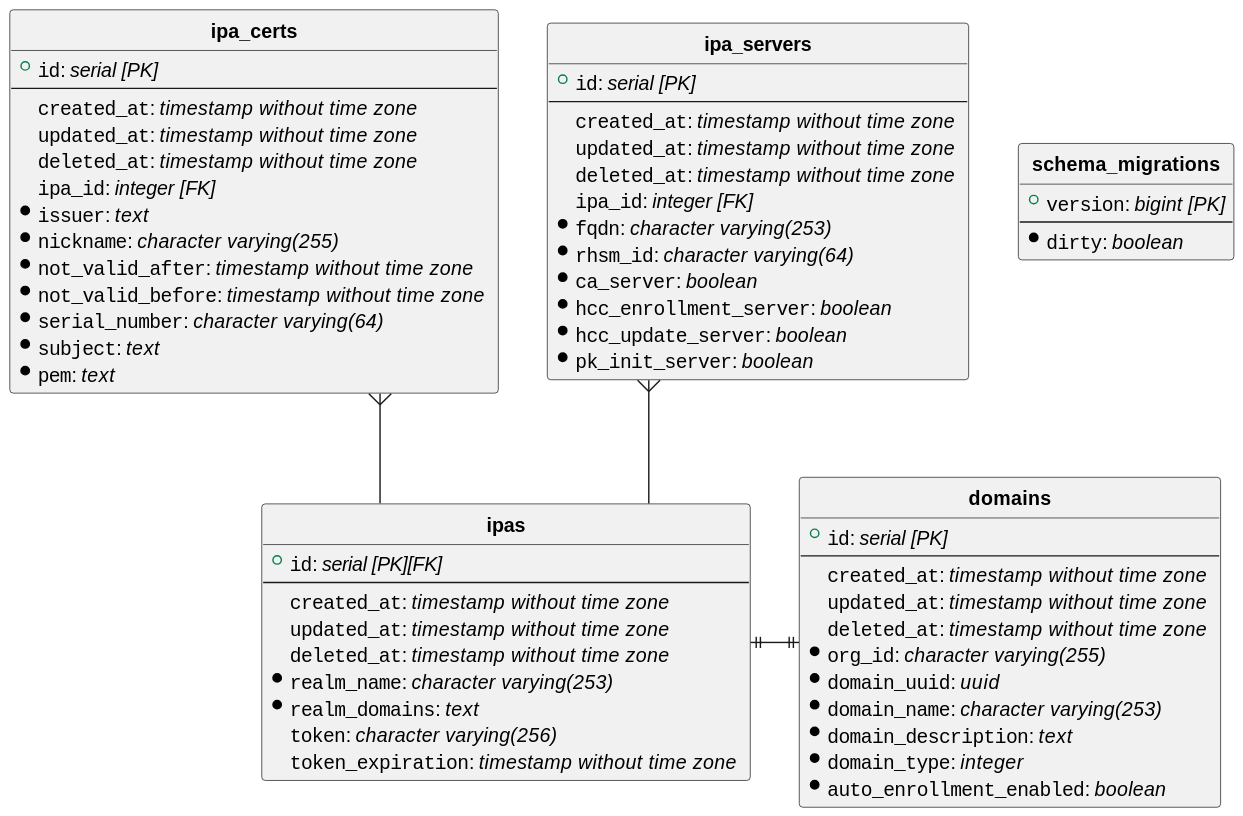
The PlantUML diagram docs/db-model.svg in podengo-project/idmsvc-backend, before a commit.
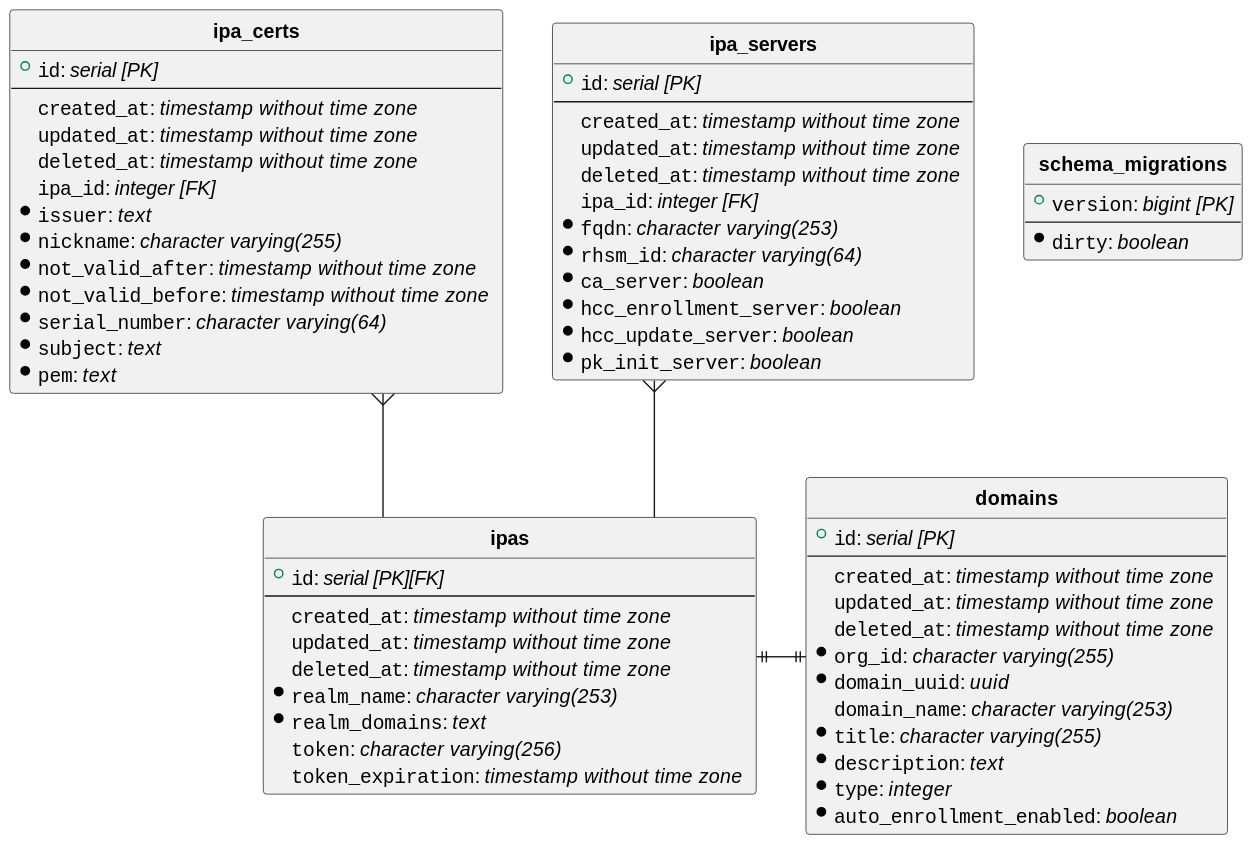
Later version of the same file.

Commit message:
doc(db): update database diagram and model

- Update markdown document to be aligned with the db diagram.
- Regenerate puml and svg diagram definition by 'make generate-diagrams'
- Regenerate diagram from puml to keep it in sync.

> This is generated from the incoming MR related with register domain.

Change to the diagram source:
```diff
@@ -10,9 +10,10 @@
   ""deleted_at"": //timestamp without time zone //
   *""org_id"": //character varying(255) //
   *""domain_uuid"": //uuid //
-  *""domain_name"": //character varying(253) //
-  *""domain_description"": //text //
-  *""domain_type"": //integer //
+  ""domain_name"": //character varying(253) //
+  *""title"": //character varying(255) //
+  *""description"": //text //
+  *""type"": //integer //
   *""auto_enrollment_enabled"": //boolean //
 }
 
```
